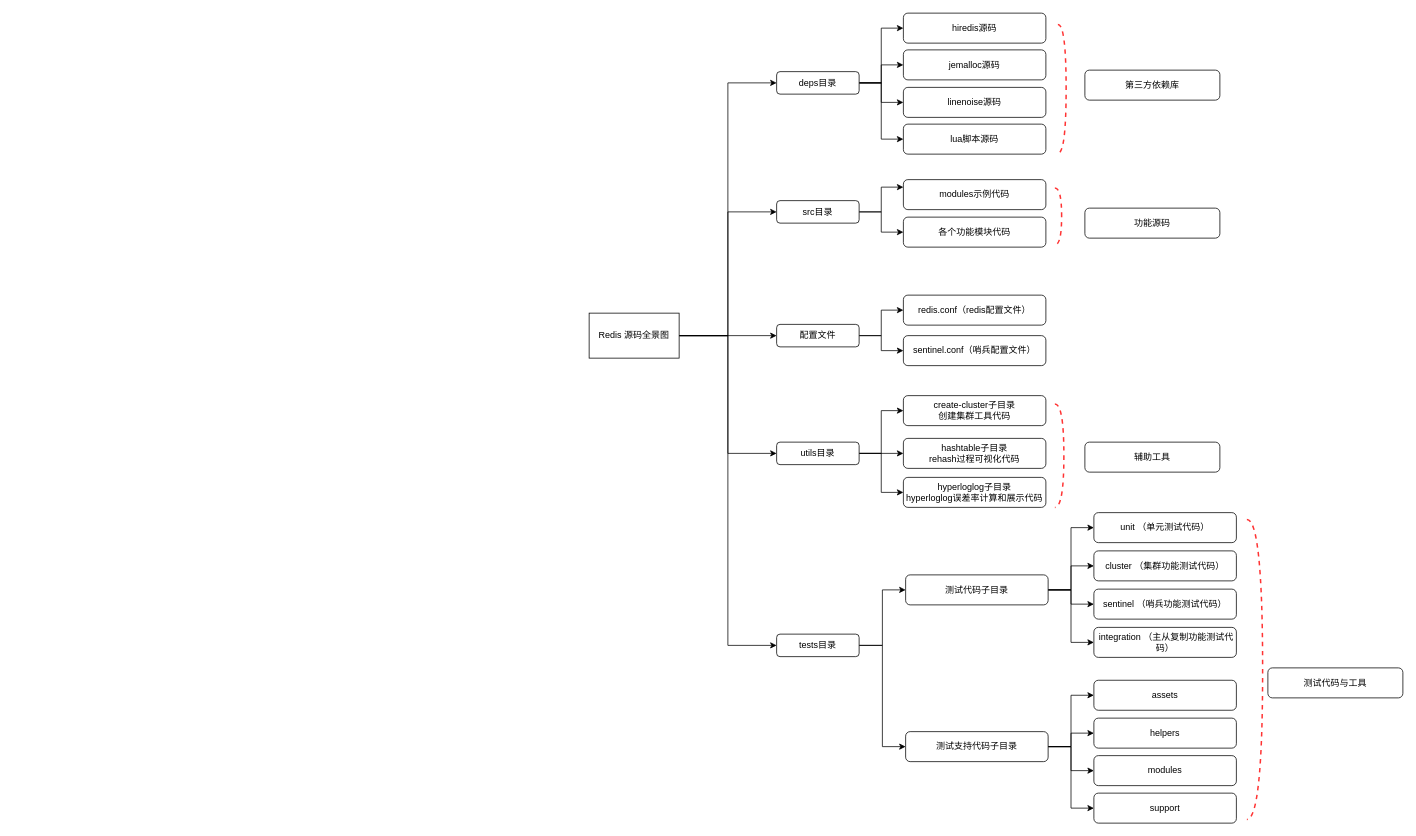
JohnJeep/Learning-CS-Journey keeps this draw.io diagram as Redis/Redis源码全景图.drawio. Above is the earlier version. Source tidied: cells renumbered, new cells numbered last; positions are measured from the earlier drawing's top-left corner, leaving out a move shared by most shapes. Both pictures are drawn from the tidied source at 75%, with x=0, y=0 at pixel (589, 13).
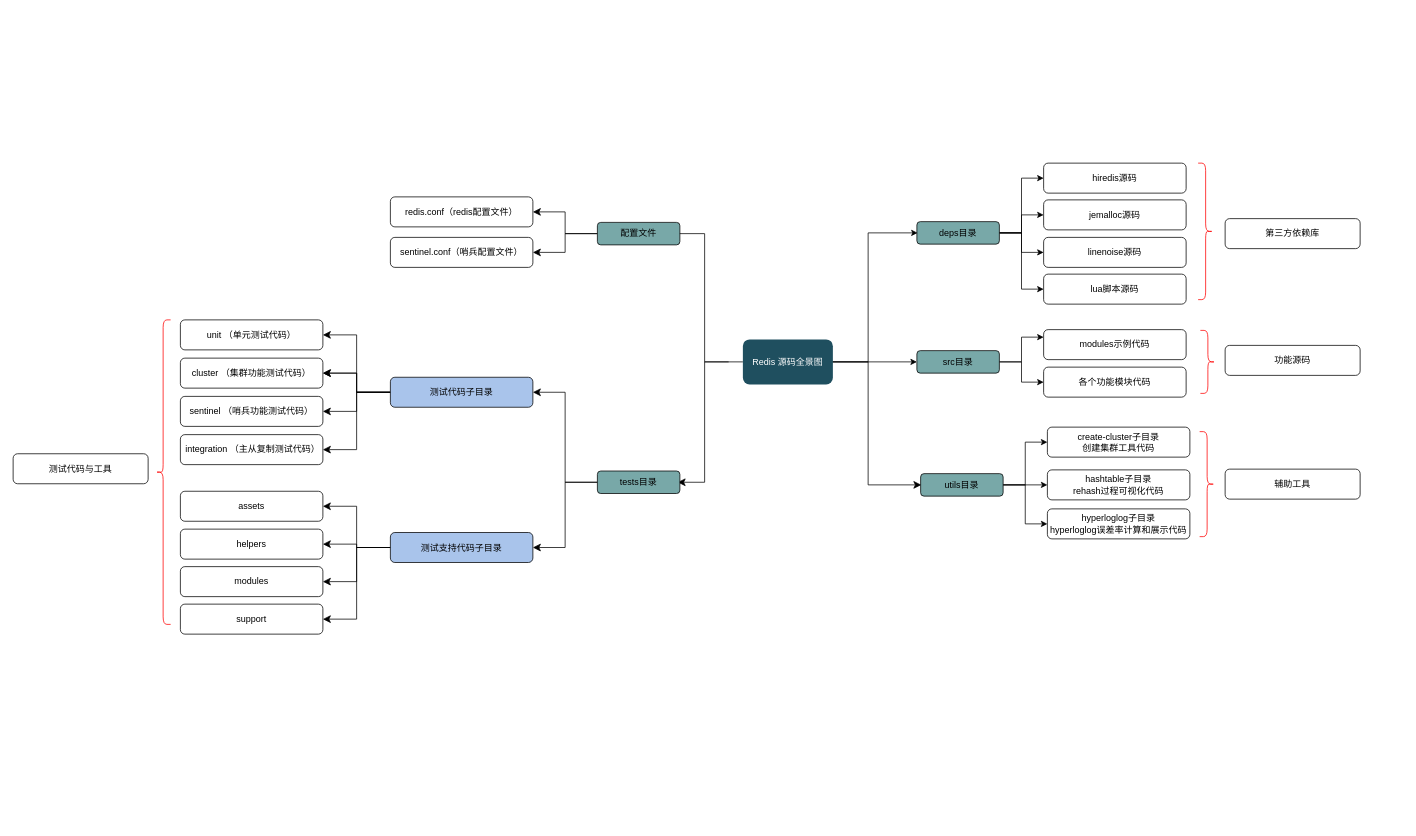
The same diagram, later.

Commit message (it also covers changes not shown here):
feat(Redis): 新增源码文档说明

What changed in the source:
```diff
@@
-    <mxCell id="2" style="edgeStyle=orthogonalEdgeStyle;rounded=0;jettySize=auto;html=1;entryX=0;entryY=0.5;entryDx=0;entryDy=0;" parent="1" edge="1" source="7" target="56">
-      <mxGeometry relative="1" as="geometry" />
+    <mxCell id="2" style="edgeStyle=orthogonalEdgeStyle;rounded=0;orthogonalLoop=1;jettySize=auto;html=1;entryX=0;entryY=0.5;entryDx=0;entryDy=0;" parent="1" edge="1">
+      <mxGeometry relative="1" as="geometry">
+        <mxPoint x="322" y="465" as="sourcePoint" />
+        <mxPoint x="438" y="293" as="targetPoint" />
+        <Array as="points">
+          <mxPoint x="372" y="465" />
+          <mxPoint x="372" y="293" />
+        </Array>
+      </mxGeometry>
     </mxCell>
@@
-    <mxCell id="4" style="edgeStyle=orthogonalEdgeStyle;rounded=0;jettySize=auto;html=1;" parent="1" edge="1" source="7" target="62">
-      <mxGeometry relative="1" as="geometry" />
+    <mxCell id="4" style="edgeStyle=orthogonalEdgeStyle;rounded=0;orthogonalLoop=1;jettySize=auto;html=1;" parent="1" edge="1">
+      <mxGeometry relative="1" as="geometry">
+        <mxPoint x="186" y="465" as="sourcePoint" />
+        <mxPoint x="47" y="294" as="targetPoint" />
+        <Array as="points">
+          <mxPoint x="154" y="465" />
+          <mxPoint x="154" y="294" />
+        </Array>
+      </mxGeometry>
     </mxCell>
-    <mxCell id="5" style="edgeStyle=orthogonalEdgeStyle;rounded=0;jettySize=auto;html=1;entryX=0;entryY=0.5;entryDx=0;entryDy=0;" parent="1" edge="1" source="7" target="20">
-      <mxGeometry relative="1" as="geometry" />
-    </mxCell>
-    <mxCell id="6" style="edgeStyle=orthogonalEdgeStyle;rounded=0;jettySize=auto;html=1;entryX=0;entryY=0.5;entryDx=0;entryDy=0;" parent="1" edge="1" source="7" target="35">
-      <mxGeometry relative="1" as="geometry" />
-    </mxCell>
+    <mxCell id="63" style="edgeStyle=orthogonalEdgeStyle;rounded=0;orthogonalLoop=1;jettySize=auto;html=1;entryX=0;entryY=0.5;entryDx=0;entryDy=0;fontSize=12;startSize=8;endSize=8;" parent="1" edge="1">
+      <mxGeometry relative="1" as="geometry">
+        <mxPoint x="308" y="465" as="sourcePoint" />
+        <mxPoint x="443" y="629" as="targetPoint" />
+        <Array as="points">
+          <mxPoint x="372" y="465" />
+          <mxPoint x="372" y="629" />
+        </Array>
+      </mxGeometry>
+    </mxCell>
+    <mxCell id="64" style="edgeStyle=orthogonalEdgeStyle;rounded=0;jettySize=auto;html=1;entryX=1;entryY=0.5;entryDx=0;entryDy=0;fontSize=12;startSize=8;endSize=8;exitX=0;exitY=0.5;exitDx=0;exitDy=0;" parent="1" edge="1" source="7">
+      <mxGeometry relative="1" as="geometry">
+        <mxPoint x="118" y="625.5" as="targetPoint" />
+        <Array as="points">
+          <mxPoint x="154" y="465" />
+          <mxPoint x="154" y="626" />
+        </Array>
+      </mxGeometry>
+    </mxCell>
-    <mxCell id="7" value="Redis 源码全景图" style="whiteSpace=wrap;html=1;" parent="1" vertex="1">
-      <mxGeometry y="400" width="120" height="60" as="geometry" />
+    <mxCell id="7" value="Redis 源码全景图" style="whiteSpace=wrap;html=1;fillColor=#1f4f5f;strokeColor=none;fontColor=#ffffff;rounded=1;" parent="1" vertex="1">
+      <mxGeometry x="205" y="435" width="120" height="60" as="geometry" />
     </mxCell>
     <mxCell id="8" value="hiredis源码" style="rounded=1;whiteSpace=wrap;html=1;" parent="1" vertex="1">
-      <mxGeometry x="419" width="190" height="40" as="geometry" />
+      <mxGeometry x="606" y="200" width="190" height="40" as="geometry" />
     </mxCell>
     <mxCell id="9" value="jemalloc源码" style="rounded=1;whiteSpace=wrap;html=1;" parent="1" vertex="1">
-      <mxGeometry x="419" y="49" width="190" height="40" as="geometry" />
+      <mxGeometry x="606" y="249" width="190" height="40" as="geometry" />
     </mxCell>
     <mxCell id="10" value="linenoise源码" style="rounded=1;whiteSpace=wrap;html=1;" parent="1" vertex="1">
-      <mxGeometry x="419" y="99" width="190" height="40" as="geometry" />
+      <mxGeometry x="606" y="299" width="190" height="40" as="geometry" />
     </mxCell>
     <mxCell id="11" value="lua脚本源码" style="rounded=1;whiteSpace=wrap;html=1;" parent="1" vertex="1">
-      <mxGeometry x="419" y="148" width="190" height="40" as="geometry" />
+      <mxGeometry x="606" y="348" width="190" height="40" as="geometry" />
     </mxCell>
-    <mxCell id="12" style="shape=requiredInterface;html=1;verticalLabelPosition=bottom;dashed=1;strokeColor=#FF3333;strokeWidth=2;fillColor=none;fontColor=#FF3333;align=left;" parent="1" vertex="1">
-      <mxGeometry x="625" y="15" width="11" height="172" as="geometry" />
-    </mxCell>
     <mxCell id="13" value="modules示例代码" style="rounded=1;whiteSpace=wrap;html=1;" parent="1" vertex="1">
-      <mxGeometry x="419" y="222" width="190" height="40" as="geometry" />
+      <mxGeometry x="606" y="422" width="190" height="40" as="geometry" />
     </mxCell>
     <mxCell id="14" value="各个功能模块代码" style="rounded=1;whiteSpace=wrap;html=1;" parent="1" vertex="1">
-      <mxGeometry x="419" y="272" width="190" height="40" as="geometry" />
+      <mxGeometry x="606" y="472" width="190" height="40" as="geometry" />
     </mxCell>
     <mxCell id="15" value="redis.conf（redis配置文件）" style="rounded=1;whiteSpace=wrap;html=1;" parent="1" vertex="1">
-      <mxGeometry x="419" y="376" width="190" height="40" as="geometry" />
+      <mxGeometry x="-265" y="245" width="190" height="40" as="geometry" />
     </mxCell>
     <mxCell id="16" value="sentinel.conf（哨兵配置文件）" style="rounded=1;whiteSpace=wrap;html=1;" parent="1" vertex="1">
-      <mxGeometry x="419" y="430" width="190" height="40" as="geometry" />
+      <mxGeometry x="-265" y="299" width="190" height="40" as="geometry" />
     </mxCell>
@@
-    <mxCell id="20" value="utils目录" style="rounded=1;whiteSpace=wrap;html=1;" parent="1" vertex="1">
-      <mxGeometry x="250" y="572" width="110" height="30" as="geometry" />
+    <mxCell id="20" value="utils目录" style="rounded=1;whiteSpace=wrap;html=1;fillColor=#78A8A8;" parent="1" vertex="1">
+      <mxGeometry x="442" y="614" width="110" height="30" as="geometry" />
     </mxCell>
     <mxCell id="21" value="create-cluster子目录&lt;br&gt;创建集群工具代码" style="rounded=1;whiteSpace=wrap;html=1;" parent="1" vertex="1">
-      <mxGeometry x="419" y="510" width="190" height="40" as="geometry" />
+      <mxGeometry x="611" y="552" width="190" height="40" as="geometry" />
     </mxCell>
-    <mxCell id="22" style="edgeStyle=orthogonalEdgeStyle;rounded=0;jettySize=auto;html=1;entryX=0;entryY=0.5;entryDx=0;entryDy=0;" parent="1" edge="1" source="26" target="27">
+    <mxCell id="22" style="edgeStyle=orthogonalEdgeStyle;rounded=0;jettySize=auto;html=1;entryX=1;entryY=0.5;entryDx=0;entryDy=0;fontSize=12;startSize=8;endSize=8;" parent="1" edge="1" source="26" target="27">
       <mxGeometry relative="1" as="geometry" />
     </mxCell>
-    <mxCell id="23" style="edgeStyle=orthogonalEdgeStyle;rounded=0;jettySize=auto;html=1;" parent="1" edge="1" source="26" target="31">
-      <mxGeometry relative="1" as="geometry" />
-    </mxCell>
+    <mxCell id="65" style="edgeStyle=orthogonalEdgeStyle;rounded=0;jettySize=auto;html=1;entryX=1;entryY=0.5;entryDx=0;entryDy=0;fontSize=12;startSize=8;endSize=8;" parent="1" edge="1" source="26" target="31">
+      <mxGeometry relative="1" as="geometry" />
+    </mxCell>
-    <mxCell id="24" style="edgeStyle=orthogonalEdgeStyle;rounded=0;jettySize=auto;html=1;entryX=0;entryY=0.5;entryDx=0;entryDy=0;" parent="1" edge="1" source="26" target="30">
+    <mxCell id="24" style="edgeStyle=orthogonalEdgeStyle;rounded=0;jettySize=auto;html=1;entryX=1;entryY=0.5;entryDx=0;entryDy=0;fontSize=12;startSize=8;endSize=8;" parent="1" edge="1" source="26" target="30">
       <mxGeometry relative="1" as="geometry" />
     </mxCell>
+    <mxCell id="66" style="edgeStyle=orthogonalEdgeStyle;rounded=0;jettySize=auto;html=1;fontSize=12;startSize=8;endSize=8;" parent="1" edge="1" source="26" target="31">
+      <mxGeometry relative="1" as="geometry" />
+    </mxCell>
-    <mxCell id="25" style="edgeStyle=orthogonalEdgeStyle;rounded=0;jettySize=auto;html=1;entryX=0;entryY=0.5;entryDx=0;entryDy=0;" parent="1" edge="1" source="26" target="32">
+    <mxCell id="25" style="edgeStyle=orthogonalEdgeStyle;rounded=0;jettySize=auto;html=1;entryX=1;entryY=0.5;entryDx=0;entryDy=0;fontSize=12;startSize=8;endSize=8;" parent="1" edge="1" source="26" target="32">
       <mxGeometry relative="1" as="geometry" />
     </mxCell>
-    <mxCell id="26" value="测试代码子目录" style="rounded=1;whiteSpace=wrap;html=1;" parent="1" vertex="1">
-      <mxGeometry x="422" y="749" width="190" height="40" as="geometry" />
+    <mxCell id="26" value="测试代码子目录" style="rounded=1;whiteSpace=wrap;html=1;fillColor=#A9C4EB;" parent="1" vertex="1">
+      <mxGeometry x="-265" y="485.5" width="190" height="40" as="geometry" />
     </mxCell>
     <mxCell id="27" value="unit （单元测试代码）" style="rounded=1;whiteSpace=wrap;html=1;" parent="1" vertex="1">
-      <mxGeometry x="673" y="666" width="190" height="40" as="geometry" />
+      <mxGeometry x="-545" y="409" width="190" height="40" as="geometry" />
     </mxCell>
     <mxCell id="28" value="hashtable子目录&lt;br&gt;rehash过程可视化代码" style="rounded=1;whiteSpace=wrap;html=1;" parent="1" vertex="1">
-      <mxGeometry x="419" y="567" width="190" height="40" as="geometry" />
+      <mxGeometry x="611" y="609" width="190" height="40" as="geometry" />
     </mxCell>
     <mxCell id="29" value="hyperloglog子目录&lt;br&gt;hyperloglog误差率计算和展示代码" style="rounded=1;whiteSpace=wrap;html=1;" parent="1" vertex="1">
-      <mxGeometry x="419" y="619" width="190" height="40" as="geometry" />
+      <mxGeometry x="611" y="661" width="190" height="40" as="geometry" />
     </mxCell>
     <mxCell id="30" value="sentinel （哨兵功能测试代码）" style="rounded=1;whiteSpace=wrap;html=1;" parent="1" vertex="1">
-      <mxGeometry x="673" y="768" width="190" height="40" as="geometry" />
+      <mxGeometry x="-545" y="511" width="190" height="40" as="geometry" />
     </mxCell>
     <mxCell id="31" value="cluster （集群功能测试代码）" style="rounded=1;whiteSpace=wrap;html=1;" parent="1" vertex="1">
-      <mxGeometry x="673" y="717" width="190" height="40" as="geometry" />
+      <mxGeometry x="-545" y="460" width="190" height="40" as="geometry" />
     </mxCell>
-    <mxCell id="32" value="&amp;nbsp;integration （主从复制功能测试代码）" style="rounded=1;whiteSpace=wrap;html=1;" parent="1" vertex="1">
-      <mxGeometry x="673" y="819" width="190" height="40" as="geometry" />
+    <mxCell id="32" value="&amp;nbsp;integration （主从复制测试代码）" style="rounded=1;whiteSpace=wrap;html=1;" parent="1" vertex="1">
+      <mxGeometry x="-545" y="562" width="190" height="40" as="geometry" />
     </mxCell>
-    <mxCell id="33" style="edgeStyle=orthogonalEdgeStyle;rounded=0;jettySize=auto;html=1;entryX=0;entryY=0.5;entryDx=0;entryDy=0;" parent="1" edge="1" source="35" target="26">
+    <mxCell id="33" style="edgeStyle=orthogonalEdgeStyle;rounded=0;jettySize=auto;html=1;entryX=1;entryY=0.5;entryDx=0;entryDy=0;fontSize=12;startSize=8;endSize=8;" parent="1" edge="1" source="35" target="26">
       <mxGeometry relative="1" as="geometry" />
     </mxCell>
-    <mxCell id="34" style="edgeStyle=orthogonalEdgeStyle;rounded=0;jettySize=auto;html=1;entryX=0;entryY=0.5;entryDx=0;entryDy=0;" parent="1" edge="1" source="35" target="40">
+    <mxCell id="34" style="edgeStyle=orthogonalEdgeStyle;rounded=0;jettySize=auto;html=1;entryX=1;entryY=0.5;entryDx=0;entryDy=0;fontSize=12;startSize=8;endSize=8;" parent="1" edge="1" source="35" target="40">
       <mxGeometry relative="1" as="geometry" />
     </mxCell>
-    <mxCell id="35" value="tests目录" style="rounded=1;whiteSpace=wrap;html=1;" parent="1" vertex="1">
-      <mxGeometry x="250" y="828" width="110" height="30" as="geometry" />
+    <mxCell id="35" value="tests目录" style="rounded=1;whiteSpace=wrap;html=1;fillColor=#78A8A8;" parent="1" vertex="1">
+      <mxGeometry x="11" y="610.5" width="110" height="30" as="geometry" />
     </mxCell>
-    <mxCell id="36" style="edgeStyle=orthogonalEdgeStyle;rounded=0;jettySize=auto;html=1;entryX=0;entryY=0.5;entryDx=0;entryDy=0;" parent="1" edge="1" source="40" target="41">
+    <mxCell id="36" style="edgeStyle=orthogonalEdgeStyle;rounded=0;jettySize=auto;html=1;entryX=1;entryY=0.5;entryDx=0;entryDy=0;fontSize=12;startSize=8;endSize=8;" parent="1" edge="1" source="40" target="41">
       <mxGeometry relative="1" as="geometry" />
     </mxCell>
-    <mxCell id="37" style="edgeStyle=orthogonalEdgeStyle;rounded=0;jettySize=auto;html=1;entryX=0;entryY=0.5;entryDx=0;entryDy=0;" parent="1" edge="1" source="40" target="42">
+    <mxCell id="37" style="edgeStyle=orthogonalEdgeStyle;rounded=0;jettySize=auto;html=1;entryX=1;entryY=0.5;entryDx=0;entryDy=0;fontSize=12;startSize=8;endSize=8;" parent="1" edge="1" source="40" target="42">
       <mxGeometry relative="1" as="geometry" />
     </mxCell>
-    <mxCell id="38" style="edgeStyle=orthogonalEdgeStyle;rounded=0;jettySize=auto;html=1;entryX=0;entryY=0.5;entryDx=0;entryDy=0;" parent="1" edge="1" source="40" target="43">
+    <mxCell id="38" style="edgeStyle=orthogonalEdgeStyle;rounded=0;jettySize=auto;html=1;entryX=1;entryY=0.5;entryDx=0;entryDy=0;fontSize=12;startSize=8;endSize=8;" parent="1" edge="1" source="40" target="43">
       <mxGeometry relative="1" as="geometry" />
     </mxCell>
-    <mxCell id="39" style="edgeStyle=orthogonalEdgeStyle;rounded=0;jettySize=auto;html=1;entryX=0;entryY=0.5;entryDx=0;entryDy=0;" parent="1" edge="1" source="40" target="44">
+    <mxCell id="39" style="edgeStyle=orthogonalEdgeStyle;rounded=0;jettySize=auto;html=1;entryX=1;entryY=0.5;entryDx=0;entryDy=0;fontSize=12;startSize=8;endSize=8;" parent="1" edge="1" source="40" target="44">
       <mxGeometry relative="1" as="geometry" />
     </mxCell>
-    <mxCell id="40" value="测试支持代码子目录" style="rounded=1;whiteSpace=wrap;html=1;" parent="1" vertex="1">
-      <mxGeometry x="422" y="958" width="190" height="40" as="geometry" />
+    <mxCell id="40" value="测试支持代码子目录" style="rounded=1;whiteSpace=wrap;html=1;fillColor=#A9C4EB;" parent="1" vertex="1">
+      <mxGeometry x="-265" y="692.5" width="190" height="40" as="geometry" />
     </mxCell>
     <mxCell id="41" value="assets" style="rounded=1;whiteSpace=wrap;html=1;" parent="1" vertex="1">
-      <mxGeometry x="673" y="889.5" width="190" height="40" as="geometry" />
+      <mxGeometry x="-545" y="637.5" width="190" height="40" as="geometry" />
     </mxCell>
     <mxCell id="42" value="helpers" style="rounded=1;whiteSpace=wrap;html=1;" parent="1" vertex="1">
-      <mxGeometry x="673" y="940" width="190" height="40" as="geometry" />
+      <mxGeometry x="-545" y="688" width="190" height="40" as="geometry" />
     </mxCell>
     <mxCell id="43" value="modules" style="rounded=1;whiteSpace=wrap;html=1;" parent="1" vertex="1">
-      <mxGeometry x="673" y="990" width="190" height="40" as="geometry" />
+      <mxGeometry x="-545" y="738" width="190" height="40" as="geometry" />
     </mxCell>
     <mxCell id="44" value="support" style="rounded=1;whiteSpace=wrap;html=1;" parent="1" vertex="1">
-      <mxGeometry x="673" y="1040" width="190" height="40" as="geometry" />
+      <mxGeometry x="-545" y="788" width="190" height="40" as="geometry" />
     </mxCell>
-    <mxCell id="45" style="shape=requiredInterface;html=1;verticalLabelPosition=bottom;dashed=1;strokeColor=#FF3333;strokeWidth=2;fillColor=none;fontColor=#FF3333;align=left;" parent="1" vertex="1">
-      <mxGeometry x="621" y="233" width="9" height="76" as="geometry" />
-    </mxCell>
-    <mxCell id="46" style="shape=requiredInterface;html=1;verticalLabelPosition=bottom;dashed=1;strokeColor=#FF3333;strokeWidth=2;fillColor=none;fontColor=#FF3333;align=left;" parent="1" vertex="1">
-      <mxGeometry x="621" y="521" width="12" height="138" as="geometry" />
-    </mxCell>
-    <mxCell id="47" style="shape=requiredInterface;html=1;verticalLabelPosition=bottom;dashed=1;strokeColor=#FF3333;strokeWidth=2;fillColor=none;fontColor=#FF3333;align=left;" parent="1" vertex="1">
-      <mxGeometry x="877" y="675" width="21" height="400" as="geometry" />
-    </mxCell>
     <mxCell id="48" value="测试代码与工具" style="rounded=1;whiteSpace=wrap;html=1;" parent="1" vertex="1">
-      <mxGeometry x="905" y="873" width="180" height="40" as="geometry" />
+      <mxGeometry x="-768" y="587.5" width="180" height="40" as="geometry" />
     </mxCell>
     <mxCell id="49" value="辅助工具" style="rounded=1;whiteSpace=wrap;html=1;" parent="1" vertex="1">
-      <mxGeometry x="661" y="572" width="180" height="40" as="geometry" />
+      <mxGeometry x="848" y="608" width="180" height="40" as="geometry" />
     </mxCell>
     <mxCell id="50" value="功能源码" style="rounded=1;whiteSpace=wrap;html=1;" parent="1" vertex="1">
-      <mxGeometry x="661" y="260" width="180" height="40" as="geometry" />
+      <mxGeometry x="848" y="443" width="180" height="40" as="geometry" />
     </mxCell>
     <mxCell id="51" value="第三方依赖库" style="rounded=1;whiteSpace=wrap;html=1;" parent="1" vertex="1">
-      <mxGeometry x="661" y="76" width="180" height="40" as="geometry" />
+      <mxGeometry x="848" y="274" width="180" height="40" as="geometry" />
     </mxCell>
@@
-    <mxCell id="56" value="deps目录" style="rounded=1;whiteSpace=wrap;html=1;" parent="1" vertex="1">
-      <mxGeometry x="250" y="78" width="110" height="30" as="geometry" />
+    <mxCell id="56" value="deps目录" style="rounded=1;whiteSpace=wrap;html=1;fillColor=#78a8a8;" parent="1" vertex="1">
+      <mxGeometry x="437" y="278" width="110" height="30" as="geometry" />
     </mxCell>
@@
-    <mxCell id="59" value="src目录" style="rounded=1;whiteSpace=wrap;html=1;" parent="1" vertex="1">
-      <mxGeometry x="250" y="250" width="110" height="30" as="geometry" />
+    <mxCell id="59" value="src目录" style="rounded=1;whiteSpace=wrap;html=1;fillColor=#78A8A8;" parent="1" vertex="1">
+      <mxGeometry x="437" y="450" width="110" height="30" as="geometry" />
     </mxCell>
-    <mxCell id="60" style="edgeStyle=orthogonalEdgeStyle;rounded=0;jettySize=auto;html=1;entryX=0;entryY=0.5;entryDx=0;entryDy=0;" parent="1" edge="1" source="62" target="15">
+    <mxCell id="60" style="edgeStyle=orthogonalEdgeStyle;rounded=0;jettySize=auto;html=1;entryX=1;entryY=0.5;entryDx=0;entryDy=0;fontSize=12;startSize=8;endSize=8;" parent="1" edge="1" source="62" target="15">
       <mxGeometry relative="1" as="geometry" />
     </mxCell>
-    <mxCell id="61" style="edgeStyle=orthogonalEdgeStyle;rounded=0;jettySize=auto;html=1;entryX=0;entryY=0.5;entryDx=0;entryDy=0;" parent="1" edge="1" source="62" target="16">
+    <mxCell id="61" style="edgeStyle=orthogonalEdgeStyle;rounded=0;jettySize=auto;html=1;entryX=1;entryY=0.5;entryDx=0;entryDy=0;fontSize=12;startSize=8;endSize=8;" parent="1" edge="1" source="62" target="16">
       <mxGeometry relative="1" as="geometry" />
     </mxCell>
-    <mxCell id="62" value="配置文件" style="rounded=1;whiteSpace=wrap;html=1;" parent="1" vertex="1">
-      <mxGeometry x="250" y="415" width="110" height="30" as="geometry" />
+    <mxCell id="62" value="配置文件" style="rounded=1;whiteSpace=wrap;html=1;fillColor=#78A8A8;" parent="1" vertex="1">
+      <mxGeometry x="11" y="279" width="110" height="30" as="geometry" />
     </mxCell>
+    <mxCell id="67" style="shape=curlyBracket;whiteSpace=wrap;html=1;rounded=1;flipH=1;labelPosition=right;verticalLabelPosition=middle;align=left;verticalAlign=middle;fontSize=16;size=0.5;strokeColor=#FF0000;strokeWidth=1;" parent="1" vertex="1">
+      <mxGeometry x="812" y="200" width="20" height="182" as="geometry" />
+    </mxCell>
+    <mxCell id="68" style="shape=curlyBracket;whiteSpace=wrap;html=1;rounded=1;flipH=1;labelPosition=right;verticalLabelPosition=middle;align=left;verticalAlign=middle;fontSize=16;size=0.5;strokeColor=#FF0000;strokeWidth=1;" parent="1" vertex="1">
+      <mxGeometry x="815" y="423" width="20" height="84" as="geometry" />
+    </mxCell>
+    <mxCell id="69" style="shape=curlyBracket;whiteSpace=wrap;html=1;rounded=1;flipH=1;labelPosition=right;verticalLabelPosition=middle;align=left;verticalAlign=middle;fontSize=16;size=0.5;strokeColor=#FF0000;strokeWidth=1;" parent="1" vertex="1">
+      <mxGeometry x="814" y="558" width="20" height="140" as="geometry" />
+    </mxCell>
+    <mxCell id="70" style="shape=curlyBracket;whiteSpace=wrap;html=1;rounded=1;flipH=1;labelPosition=right;verticalLabelPosition=middle;align=left;verticalAlign=middle;fontSize=16;size=0.5;strokeColor=#FF0000;strokeWidth=1;direction=west;" parent="1" vertex="1">
+      <mxGeometry x="-578" y="409" width="20" height="406" as="geometry" />
+    </mxCell>
```
